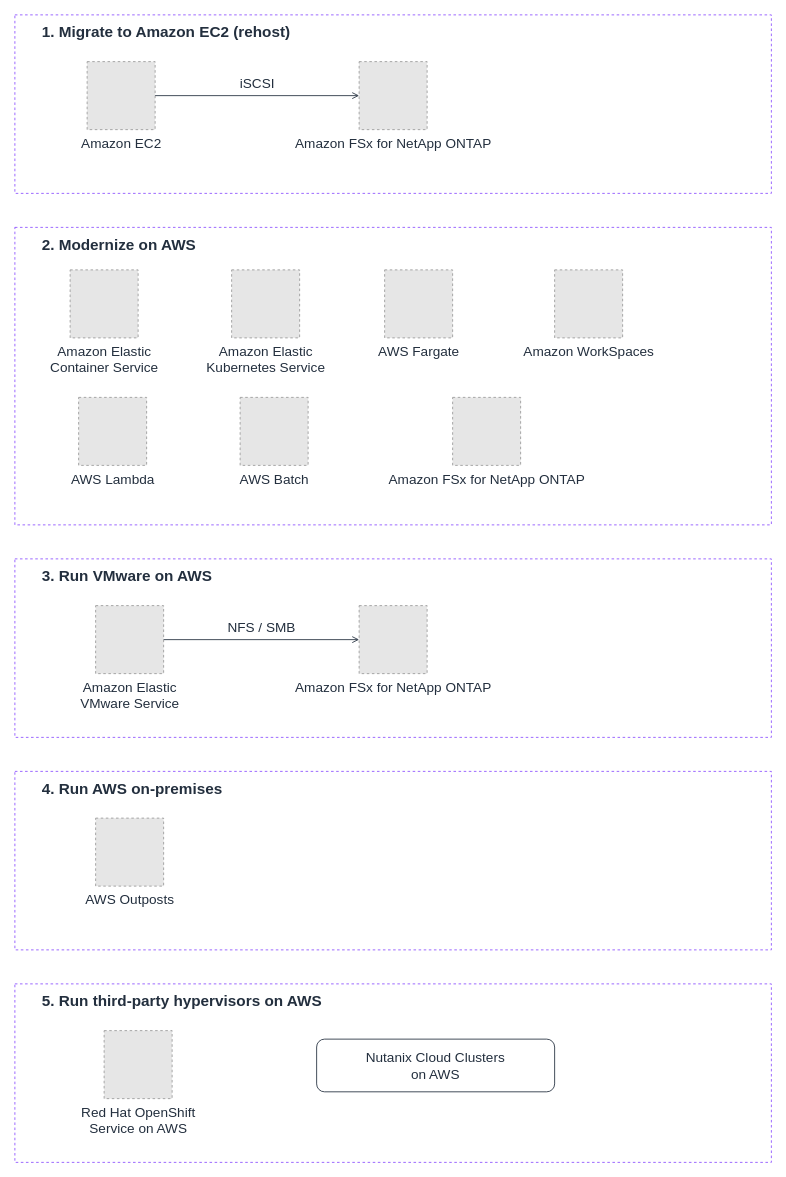
Before: docs/_assets/diagrams/atx-fsxn-vmware-pathways-en.drawio in Yoshiki0705/VMware-Migration-EC2-ONTAP, a draw.io diagram. Source tidied: cells renumbered, new cells numbered last; positions are measured from the earlier drawing's top-left corner, leaving out a move shared by most shapes. Both pictures are drawn from the tidied source at 85%, with x=0, y=0 at pixel (14, 14). Pictures stored in the file or linked from it are replaced by grey dashed boxes.
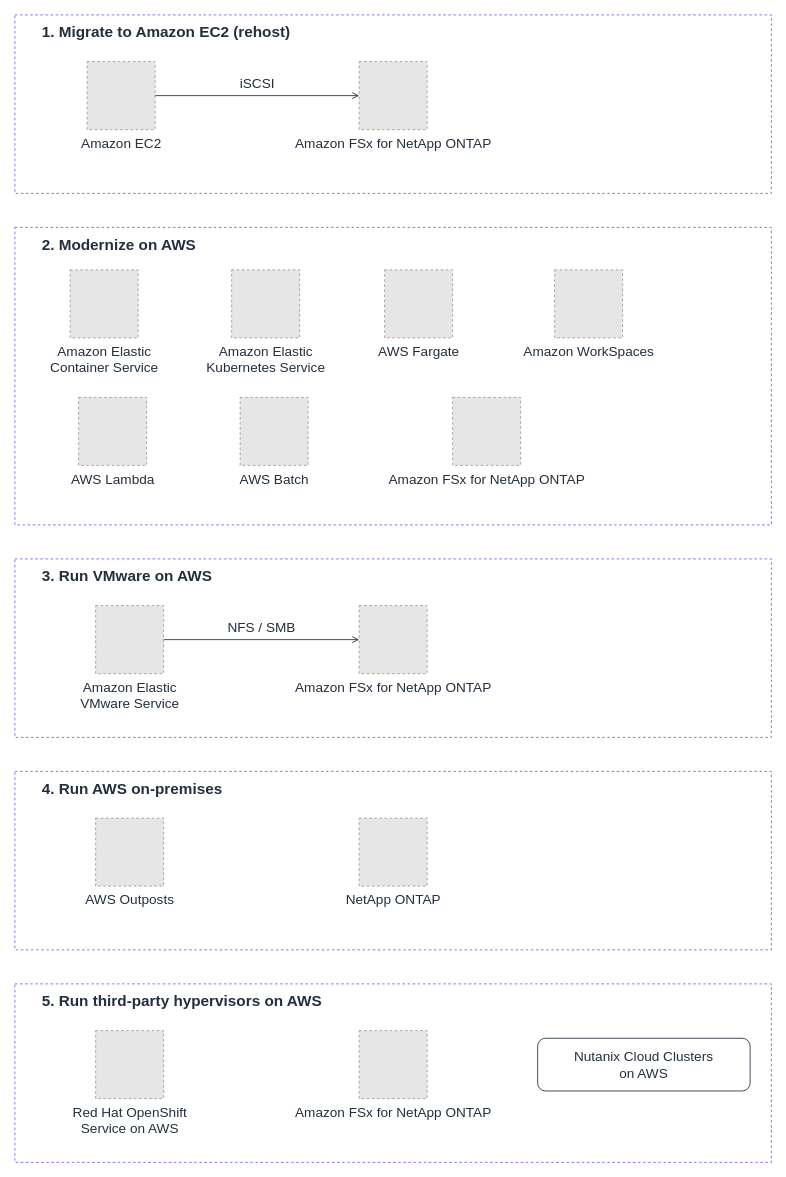
After the change.

Diff of the diagram source:
```diff
@@
     <mxCell id="7" value="Nutanix Cloud Clusters&#10;on AWS" style="rounded=1;whiteSpace=wrap;html=1;strokeColor=#232F3E;fillColor=none;fontColor=#232F3E;fontSize=16;verticalAlign=middle;align=center;" parent="1" vertex="1">
-      <mxGeometry x="355" y="1205" width="280" height="62" as="geometry" />
+      <mxGeometry x="615" y="1204" width="250" height="62" as="geometry" />
     </mxCell>
@@
+    <mxCell id="23" value="NetApp ONTAP" style="fillColor=#E6E6E6;strokeColor=#999999;dashed=1;html=1;verticalLabelPosition=bottom;verticalAlign=top;labelPosition=center;align=center;fontSize=16;fontColor=#232F3E;" parent="1" vertex="1">
+      <mxGeometry x="405" y="945" width="80" height="80" as="geometry" />
+    </mxCell>
     <mxCell id="20" value="Red Hat OpenShift&#10;Service on AWS" style="fillColor=#E6E6E6;strokeColor=#999999;dashed=1;html=1;verticalLabelPosition=bottom;verticalAlign=top;labelPosition=center;align=center;fontSize=16;fontColor=#232F3E;" parent="1" vertex="1">
-      <mxGeometry x="105" y="1195" width="80" height="80" as="geometry" />
+      <mxGeometry x="95" y="1195" width="80" height="80" as="geometry" />
     </mxCell>
+    <mxCell id="24" value="Amazon FSx for NetApp ONTAP" style="fillColor=#E6E6E6;strokeColor=#999999;dashed=1;html=1;verticalLabelPosition=bottom;verticalAlign=top;labelPosition=center;align=center;fontSize=16;fontColor=#232F3E;" parent="1" vertex="1">
+      <mxGeometry x="405" y="1195" width="80" height="80" as="geometry" />
+    </mxCell>
```
